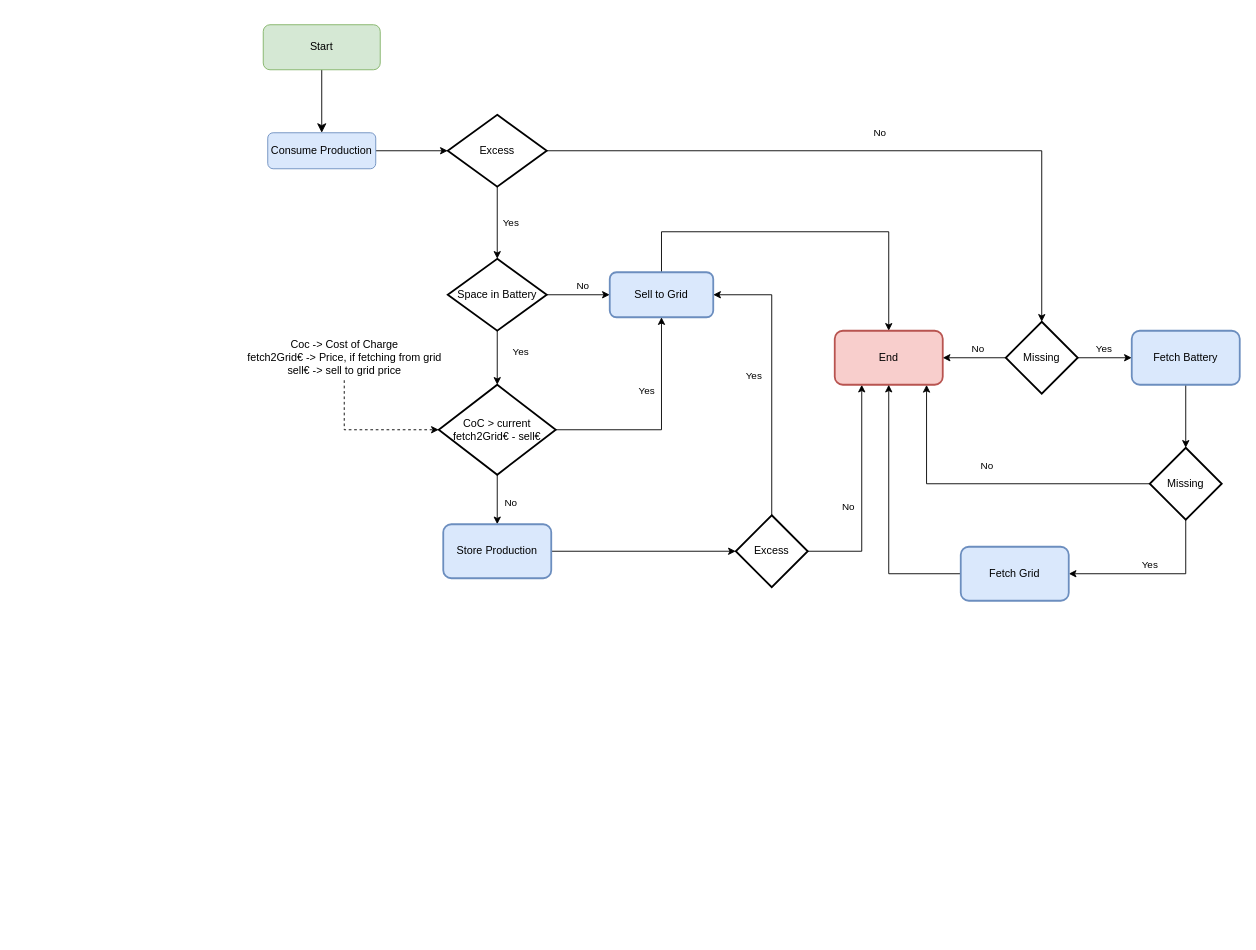
Earlier version of the draw.io diagram images/algorithm.drawio (miguelmatos-ua/sistema_gestao_rec). Source tidied: cells renumbered, new cells numbered last; positions are measured from the earlier drawing's top-left corner, leaving out a move shared by most shapes. Both pictures are drawn from the tidied source at 90%, with x=0, y=0 at pixel (240, 24).
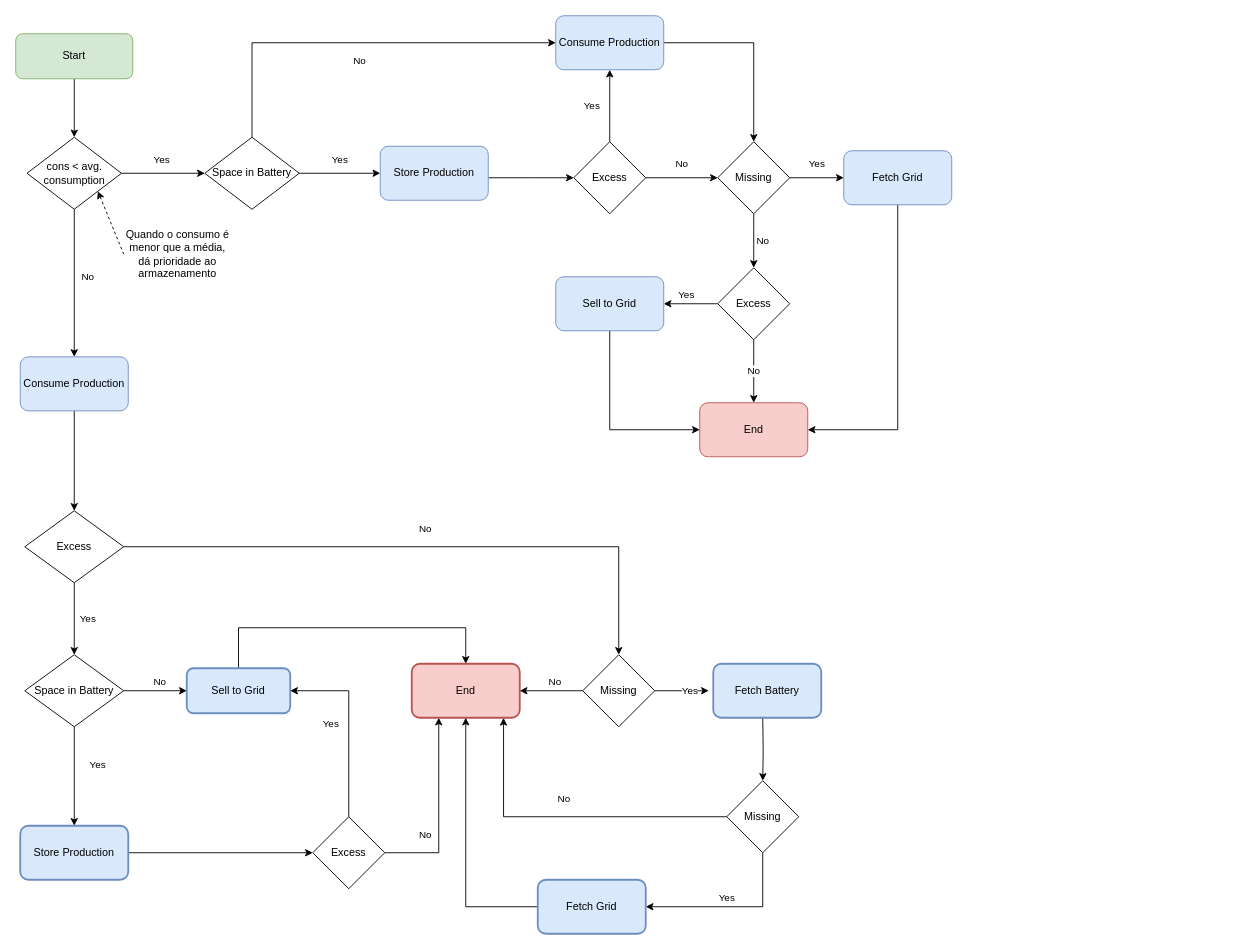
The same page after the edit.

The edit, as a diff of the source:
```diff
@@
-    <mxCell id="2" style="rounded=0;html=1;jettySize=auto;fontSize=11;endArrow=classic;endFill=1;endSize=8;strokeWidth=1;shadow=0;labelBackgroundColor=none;edgeStyle=orthogonalEdgeStyle;entryX=0.5;entryY=0;entryDx=0;entryDy=0;" parent="1" edge="1" source="3" target="5">
-      <mxGeometry relative="1" as="geometry" />
-    </mxCell>
+    <mxCell id="37" style="edgeStyle=orthogonalEdgeStyle;rounded=0;jettySize=auto;html=1;" parent="1" edge="1" source="3" target="40">
+      <mxGeometry relative="1" as="geometry" />
+    </mxCell>
     <mxCell id="3" value="Start" style="rounded=1;whiteSpace=wrap;html=1;fontSize=12;glass=0;strokeWidth=1;shadow=0;fillColor=#d5e8d4;strokeColor=#82b366;" parent="1" vertex="1">
-      <mxGeometry x="25" width="130" height="50" as="geometry" />
+      <mxGeometry x="-250" y="10" width="130" height="50" as="geometry" />
     </mxCell>
-    <mxCell id="4" style="edgeStyle=orthogonalEdgeStyle;rounded=0;jettySize=auto;html=1;entryX=0;entryY=0.5;entryDx=0;entryDy=0;entryPerimeter=0;" parent="1" edge="1" source="5" target="8">
-      <mxGeometry relative="1" as="geometry" />
-    </mxCell>
-    <mxCell id="5" value="Consume Production" style="rounded=1;whiteSpace=wrap;html=1;fontSize=12;glass=0;strokeWidth=1;shadow=0;fillColor=#dae8fc;strokeColor=#6c8ebf;" parent="1" vertex="1">
-      <mxGeometry x="30" y="120" width="120" height="40" as="geometry" />
-    </mxCell>
+    <mxCell id="38" value="No" style="edgeStyle=orthogonalEdgeStyle;rounded=0;jettySize=auto;html=1;entryX=0.5;entryY=0;entryDx=0;entryDy=0;" parent="1" edge="1" source="40" target="55">
+      <mxGeometry x="-0.09" y="15" relative="1" as="geometry" />
+    </mxCell>
+    <mxCell id="39" value="Yes" style="edgeStyle=orthogonalEdgeStyle;rounded=0;jettySize=auto;html=1;" parent="1" edge="1" source="40" target="63">
+      <mxGeometry x="-0.08" y="15" relative="1" as="geometry">
+        <mxPoint x="1" as="offset" />
+      </mxGeometry>
+    </mxCell>
+    <mxCell id="40" value="cons &amp;lt; avg. consumption" style="rhombus;whiteSpace=wrap;html=1;rounded=0;glass=0;strokeWidth=1;shadow=0;" parent="1" vertex="1">
+      <mxGeometry x="-237.5" y="125" width="105" height="80" as="geometry" />
+    </mxCell>
+    <mxCell id="41" style="edgeStyle=orthogonalEdgeStyle;rounded=0;jettySize=auto;html=1;" parent="1" edge="1" source="42" target="45">
+      <mxGeometry relative="1" as="geometry">
+        <Array as="points">
+          <mxPoint x="325" y="170" />
+          <mxPoint x="325" y="170" />
+        </Array>
+      </mxGeometry>
+    </mxCell>
+    <mxCell id="42" value="Store Production" style="whiteSpace=wrap;html=1;rounded=1;glass=0;strokeWidth=1;shadow=0;fillColor=#dae8fc;strokeColor=#6c8ebf;" parent="1" vertex="1">
+      <mxGeometry x="155" y="135" width="120" height="60" as="geometry" />
+    </mxCell>
+    <mxCell id="43" value="Yes" style="edgeStyle=orthogonalEdgeStyle;rounded=0;jettySize=auto;html=1;" parent="1" edge="1" source="45" target="47">
+      <mxGeometry y="20" relative="1" as="geometry" />
+    </mxCell>
+    <mxCell id="44" value="No" style="edgeStyle=orthogonalEdgeStyle;rounded=0;jettySize=auto;html=1;" parent="1" edge="1" source="45" target="50">
+      <mxGeometry y="15" relative="1" as="geometry" />
+    </mxCell>
+    <mxCell id="45" value="Excess" style="rhombus;whiteSpace=wrap;html=1;rounded=0;glass=0;strokeWidth=1;shadow=0;" parent="1" vertex="1">
+      <mxGeometry x="370" y="130" width="80" height="80" as="geometry" />
+    </mxCell>
+    <mxCell id="46" style="edgeStyle=orthogonalEdgeStyle;rounded=0;jettySize=auto;html=1;entryX=0.5;entryY=0;entryDx=0;entryDy=0;" parent="1" edge="1" source="47" target="50">
+      <mxGeometry relative="1" as="geometry" />
+    </mxCell>
+    <mxCell id="47" value="Consume Production" style="whiteSpace=wrap;html=1;rounded=1;glass=0;strokeWidth=1;shadow=0;fillColor=#dae8fc;strokeColor=#6c8ebf;" parent="1" vertex="1">
+      <mxGeometry x="350" y="-10" width="120" height="60" as="geometry" />
+    </mxCell>
+    <mxCell id="48" value="No" style="edgeStyle=orthogonalEdgeStyle;rounded=0;jettySize=auto;html=1;entryX=0.5;entryY=0;entryDx=0;entryDy=0;" parent="1" edge="1" source="50" target="58">
+      <mxGeometry y="10" relative="1" as="geometry">
+        <Array as="points">
+          <mxPoint x="570" y="230" />
+          <mxPoint x="570" y="230" />
+        </Array>
+      </mxGeometry>
+    </mxCell>
+    <mxCell id="49" value="Yes" style="edgeStyle=orthogonalEdgeStyle;rounded=0;jettySize=auto;html=1;" parent="1" edge="1" source="50" target="53">
+      <mxGeometry y="15" relative="1" as="geometry" />
+    </mxCell>
+    <mxCell id="50" value="Missing" style="rhombus;whiteSpace=wrap;html=1;rounded=0;glass=0;strokeWidth=1;shadow=0;" parent="1" vertex="1">
+      <mxGeometry x="530" y="130" width="80" height="80" as="geometry" />
+    </mxCell>
+    <mxCell id="51" value="End" style="whiteSpace=wrap;html=1;rounded=1;glass=0;strokeWidth=1;shadow=0;fillColor=#f8cecc;strokeColor=#b85450;" parent="1" vertex="1">
+      <mxGeometry x="510" y="420" width="120" height="60" as="geometry" />
+    </mxCell>
+    <mxCell id="52" style="edgeStyle=orthogonalEdgeStyle;rounded=0;jettySize=auto;html=1;entryX=1;entryY=0.5;entryDx=0;entryDy=0;" parent="1" edge="1" source="53" target="51">
+      <mxGeometry relative="1" as="geometry">
+        <Array as="points">
+          <mxPoint x="730" y="450" />
+        </Array>
+      </mxGeometry>
+    </mxCell>
+    <mxCell id="53" value="Fetch Grid" style="whiteSpace=wrap;html=1;rounded=1;glass=0;strokeWidth=1;shadow=0;fillColor=#dae8fc;strokeColor=#6c8ebf;" parent="1" vertex="1">
+      <mxGeometry x="670" y="140" width="120" height="60" as="geometry" />
+    </mxCell>
+    <mxCell id="54" style="edgeStyle=orthogonalEdgeStyle;rounded=0;jettySize=auto;html=1;entryX=0.5;entryY=0;entryDx=0;entryDy=0;entryPerimeter=0;" parent="1" edge="1" source="55" target="64">
+      <mxGeometry relative="1" as="geometry" />
+    </mxCell>
+    <mxCell id="55" value="Consume Production" style="whiteSpace=wrap;html=1;rounded=1;glass=0;strokeWidth=1;shadow=0;fillColor=#dae8fc;strokeColor=#6c8ebf;" parent="1" vertex="1">
+      <mxGeometry x="-245" y="369" width="120" height="60" as="geometry" />
+    </mxCell>
+    <mxCell id="56" value="No" style="edgeStyle=orthogonalEdgeStyle;rounded=0;jettySize=auto;html=1;" parent="1" edge="1" source="58" target="51">
+      <mxGeometry relative="1" as="geometry" />
+    </mxCell>
+    <mxCell id="57" value="Yes" style="edgeStyle=orthogonalEdgeStyle;rounded=0;jettySize=auto;html=1;" parent="1" edge="1" source="58" target="60">
+      <mxGeometry x="0.17" y="-10" relative="1" as="geometry" />
+    </mxCell>
+    <mxCell id="58" value="Excess" style="rhombus;whiteSpace=wrap;html=1;rounded=0;glass=0;strokeWidth=1;shadow=0;" parent="1" vertex="1">
+      <mxGeometry x="530" y="270" width="80" height="80" as="geometry" />
+    </mxCell>
+    <mxCell id="59" style="edgeStyle=orthogonalEdgeStyle;rounded=0;jettySize=auto;html=1;entryX=0;entryY=0.5;entryDx=0;entryDy=0;" parent="1" edge="1" source="60" target="51">
+      <mxGeometry relative="1" as="geometry">
+        <Array as="points">
+          <mxPoint x="410" y="450" />
+        </Array>
+      </mxGeometry>
+    </mxCell>
+    <mxCell id="60" value="Sell to Grid" style="whiteSpace=wrap;html=1;rounded=1;glass=0;strokeWidth=1;shadow=0;fillColor=#dae8fc;strokeColor=#6c8ebf;" parent="1" vertex="1">
+      <mxGeometry x="350" y="280" width="120" height="60" as="geometry" />
+    </mxCell>
+    <mxCell id="61" value="Yes" style="edgeStyle=orthogonalEdgeStyle;rounded=0;jettySize=auto;html=1;entryX=0;entryY=0.5;entryDx=0;entryDy=0;" parent="1" edge="1" source="63" target="42">
+      <mxGeometry y="15" relative="1" as="geometry" />
+    </mxCell>
+    <mxCell id="62" value="No" style="edgeStyle=orthogonalEdgeStyle;rounded=0;jettySize=auto;html=1;entryX=0;entryY=0.5;entryDx=0;entryDy=0;" parent="1" edge="1" source="63" target="47">
+      <mxGeometry x="0.01" y="-20" relative="1" as="geometry">
+        <Array as="points">
+          <mxPoint x="13" y="20" />
+        </Array>
+        <mxPoint x="1" as="offset" />
+      </mxGeometry>
+    </mxCell>
+    <mxCell id="63" value="Space in Battery" style="rhombus;whiteSpace=wrap;html=1;rounded=0;glass=0;strokeWidth=1;shadow=0;" parent="1" vertex="1">
+      <mxGeometry x="-40" y="125" width="105" height="80" as="geometry" />
+    </mxCell>
-    <mxCell id="6" value="Yes" style="edgeStyle=orthogonalEdgeStyle;rounded=0;jettySize=auto;html=1;entryX=0.5;entryY=0;entryDx=0;entryDy=0;entryPerimeter=0;" parent="1" edge="1" source="8" target="12">
+    <mxCell id="6" value="Yes" style="edgeStyle=orthogonalEdgeStyle;rounded=0;jettySize=auto;html=1;entryX=0.5;entryY=0;entryDx=0;entryDy=0;entryPerimeter=0;" parent="1" edge="1" source="64" target="68">
       <mxGeometry y="15" relative="1" as="geometry" />
     </mxCell>
-    <mxCell id="7" value="No" style="edgeStyle=orthogonalEdgeStyle;rounded=0;sketch=0;jettySize=auto;html=1;endArrow=classic;endFill=1;" parent="1" edge="1" source="8" target="27">
+    <mxCell id="7" value="No" style="edgeStyle=orthogonalEdgeStyle;rounded=0;sketch=0;jettySize=auto;html=1;endArrow=classic;endFill=1;" parent="1" edge="1" source="64" target="72">
       <mxGeometry y="20" relative="1" as="geometry" />
     </mxCell>
-    <mxCell id="8" value="Excess" style="strokeWidth=2;html=1;shape=mxgraph.flowchart.decision;whiteSpace=wrap;" parent="1" vertex="1">
-      <mxGeometry x="230" y="100" width="110" height="80" as="geometry" />
-    </mxCell>
-    <mxCell id="9" value="No" style="edgeStyle=orthogonalEdgeStyle;rounded=0;jettySize=auto;html=1;" parent="1" edge="1" source="12" target="14">
-      <mxGeometry x="0.14" y="10" relative="1" as="geometry" />
-    </mxCell>
-    <mxCell id="10" style="edgeStyle=orthogonalEdgeStyle;rounded=0;jettySize=auto;html=1;entryX=0.5;entryY=0;entryDx=0;entryDy=0;entryPerimeter=0;" parent="1" edge="1" source="12" target="20">
-      <mxGeometry relative="1" as="geometry" />
-    </mxCell>
-    <mxCell id="11" value="Yes" style="edgeLabel;html=1;align=center;verticalAlign=middle;" parent="10" vertex="1">
-      <mxGeometry x="-0.26" relative="1" as="geometry">
-        <mxPoint x="25" as="offset" />
-      </mxGeometry>
-    </mxCell>
-    <mxCell id="12" value="Space in Battery" style="strokeWidth=2;html=1;shape=mxgraph.flowchart.decision;whiteSpace=wrap;" parent="1" vertex="1">
-      <mxGeometry x="230" y="260" width="110" height="80" as="geometry" />
-    </mxCell>
+    <mxCell id="64" value="Excess" style="strokeWidth=1;html=1;shape=mxgraph.flowchart.decision;whiteSpace=wrap;strokeColor=default;fillColor=default;gradientColor=none;" parent="1" vertex="1">
+      <mxGeometry x="-240" y="540" width="110" height="80" as="geometry" />
+    </mxCell>
+    <mxCell id="65" value="No" style="edgeStyle=orthogonalEdgeStyle;rounded=0;jettySize=auto;html=1;" parent="1" edge="1" source="68" target="14">
+      <mxGeometry x="0.14" y="10" relative="1" as="geometry" />
+    </mxCell>
+    <mxCell id="66" style="edgeStyle=orthogonalEdgeStyle;rounded=0;jettySize=auto;html=1;entryX=0.5;entryY=0;entryDx=0;entryDy=0;" parent="1" edge="1" source="68" target="19">
+      <mxGeometry relative="1" as="geometry" />
+    </mxCell>
+    <mxCell id="67" value="Yes" style="edgeLabel;html=1;align=center;verticalAlign=middle;" parent="66" vertex="1">
+      <mxGeometry x="-0.26" relative="1" as="geometry">
+        <mxPoint x="25" as="offset" />
+      </mxGeometry>
+    </mxCell>
+    <mxCell id="68" value="Space in Battery" style="strokeWidth=1;html=1;shape=mxgraph.flowchart.decision;whiteSpace=wrap;" parent="1" vertex="1">
+      <mxGeometry x="-240" y="700" width="110" height="80" as="geometry" />
+    </mxCell>
     <mxCell id="13" style="edgeStyle=orthogonalEdgeStyle;rounded=0;sketch=0;jettySize=auto;html=1;entryX=0.5;entryY=0;entryDx=0;entryDy=0;" parent="1" edge="1" source="14" target="24">
       <mxGeometry relative="1" as="geometry">
         <Array as="points">
-          <mxPoint x="467" y="230" />
-          <mxPoint x="720" y="230" />
+          <mxPoint x="-3" y="670" />
+          <mxPoint x="250" y="670" />
         </Array>
       </mxGeometry>
     </mxCell>
     <mxCell id="14" value="Sell to Grid" style="whiteSpace=wrap;html=1;strokeWidth=2;rounded=1;fillColor=#dae8fc;strokeColor=#6c8ebf;" parent="1" vertex="1">
-      <mxGeometry x="410" y="275" width="115" height="50" as="geometry" />
+      <mxGeometry x="-60" y="715" width="115" height="50" as="geometry" />
     </mxCell>
-    <mxCell id="15" style="edgeStyle=orthogonalEdgeStyle;rounded=0;jettySize=auto;html=1;entryX=0.5;entryY=1;entryDx=0;entryDy=0;exitX=1;exitY=0.5;exitDx=0;exitDy=0;exitPerimeter=0;" parent="1" edge="1" source="20" target="14">
-      <mxGeometry relative="1" as="geometry" />
-    </mxCell>
-    <mxCell id="16" value="Yes" style="edgeLabel;html=1;align=center;verticalAlign=middle;" parent="15" vertex="1">
-      <mxGeometry x="0.23" y="-3" relative="1" as="geometry">
-        <mxPoint x="-20" y="-12" as="offset" />
-      </mxGeometry>
-    </mxCell>
-    <mxCell id="17" value="No" style="edgeStyle=orthogonalEdgeStyle;rounded=0;jettySize=auto;html=1;exitX=0.5;exitY=1;exitDx=0;exitDy=0;exitPerimeter=0;" parent="1" edge="1" source="20" target="19">
-      <mxGeometry x="0.09" y="15" relative="1" as="geometry">
-        <mxPoint y="1" as="offset" />
-      </mxGeometry>
-    </mxCell>
-    <mxCell id="18" style="edgeStyle=orthogonalEdgeStyle;rounded=0;jettySize=auto;html=1;" parent="1" edge="1" source="19" target="23">
-      <mxGeometry relative="1" as="geometry" />
-    </mxCell>
+    <mxCell id="69" style="edgeStyle=orthogonalEdgeStyle;rounded=0;jettySize=auto;html=1;" parent="1" edge="1" source="19" target="70">
+      <mxGeometry relative="1" as="geometry" />
+    </mxCell>
     <mxCell id="19" value="Store Production" style="whiteSpace=wrap;html=1;strokeWidth=2;rounded=1;fillColor=#dae8fc;strokeColor=#6c8ebf;" parent="1" vertex="1">
-      <mxGeometry x="225" y="555" width="120" height="60" as="geometry" />
+      <mxGeometry x="-245" y="890" width="120" height="60" as="geometry" />
     </mxCell>
-    <mxCell id="20" value="CoC &amp;gt; current fetch2Grid€ - sell€" style="strokeWidth=2;html=1;shape=mxgraph.flowchart.decision;whiteSpace=wrap;rounded=1;gradientColor=none;" parent="1" vertex="1">
-      <mxGeometry x="220" y="400" width="130" height="100" as="geometry" />
-    </mxCell>
-    <mxCell id="21" value="Yes" style="edgeStyle=orthogonalEdgeStyle;rounded=0;sketch=0;jettySize=auto;html=1;entryX=1;entryY=0.5;entryDx=0;entryDy=0;exitX=0.5;exitY=0;exitDx=0;exitDy=0;" parent="1" edge="1" source="23" target="14">
+    <mxCell id="21" value="Yes" style="edgeStyle=orthogonalEdgeStyle;rounded=0;sketch=0;jettySize=auto;html=1;entryX=1;entryY=0.5;entryDx=0;entryDy=0;exitX=0.5;exitY=0;exitDx=0;exitDy=0;" parent="1" edge="1" source="70" target="14">
       <mxGeometry y="20" relative="1" as="geometry">
         <Array as="points">
-          <mxPoint x="590" y="300" />
+          <mxPoint x="120" y="740" />
         </Array>
       </mxGeometry>
     </mxCell>
-    <mxCell id="22" value="No" style="edgeStyle=orthogonalEdgeStyle;rounded=0;sketch=0;jettySize=auto;html=1;" parent="1" edge="1" source="23" target="24">
-      <mxGeometry x="-0.11" y="15" relative="1" as="geometry">
+    <mxCell id="22" value="No" style="edgeStyle=orthogonalEdgeStyle;rounded=0;sketch=0;jettySize=auto;html=1;" parent="1" edge="1" source="70" target="24">
+      <mxGeometry x="-0.57" y="20" relative="1" as="geometry">
         <Array as="points">
-          <mxPoint x="690" y="585" />
+          <mxPoint x="220" y="920" />
         </Array>
       </mxGeometry>
     </mxCell>
-    <mxCell id="23" value="Excess" style="rhombus;whiteSpace=wrap;html=1;strokeWidth=2;rounded=0;" parent="1" vertex="1">
-      <mxGeometry x="550" y="545" width="80" height="80" as="geometry" />
-    </mxCell>
+    <mxCell id="70" value="Excess" style="rhombus;whiteSpace=wrap;html=1;strokeWidth=1;rounded=0;" parent="1" vertex="1">
+      <mxGeometry x="80" y="880" width="80" height="80" as="geometry" />
+    </mxCell>
     <mxCell id="24" value="End" style="whiteSpace=wrap;html=1;strokeWidth=2;rounded=1;fillColor=#f8cecc;strokeColor=#b85450;" parent="1" vertex="1">
-      <mxGeometry x="660" y="340" width="120" height="60" as="geometry" />
+      <mxGeometry x="190" y="710" width="120" height="60" as="geometry" />
     </mxCell>
-    <mxCell id="25" value="No" style="edgeStyle=orthogonalEdgeStyle;rounded=0;sketch=0;jettySize=auto;html=1;entryX=1;entryY=0.5;entryDx=0;entryDy=0;endArrow=classic;endFill=1;" parent="1" edge="1" source="27" target="24">
+    <mxCell id="25" value="No" style="edgeStyle=orthogonalEdgeStyle;rounded=0;sketch=0;jettySize=auto;html=1;entryX=1;entryY=0.5;entryDx=0;entryDy=0;endArrow=classic;endFill=1;" parent="1" edge="1" source="72" target="24">
       <mxGeometry x="-0.14" y="-10" relative="1" as="geometry">
         <mxPoint x="-1" as="offset" />
       </mxGeometry>
     </mxCell>
-    <mxCell id="26" value="Yes" style="edgeStyle=orthogonalEdgeStyle;rounded=0;sketch=0;jettySize=auto;html=1;endArrow=classic;endFill=1;" parent="1" edge="1" source="27" target="29">
-      <mxGeometry y="10" relative="1" as="geometry">
-        <mxPoint x="-1" as="offset" />
-      </mxGeometry>
-    </mxCell>
-    <mxCell id="27" value="Missing" style="rhombus;whiteSpace=wrap;html=1;strokeWidth=2;" parent="1" vertex="1">
-      <mxGeometry x="850" y="330" width="80" height="80" as="geometry" />
-    </mxCell>
-    <mxCell id="28" style="edgeStyle=orthogonalEdgeStyle;rounded=0;sketch=0;jettySize=auto;html=1;endArrow=classic;endFill=1;" parent="1" edge="1" source="29" target="32">
-      <mxGeometry relative="1" as="geometry" />
-    </mxCell>
+    <mxCell id="71" value="Yes" style="edgeStyle=orthogonalEdgeStyle;rounded=0;sketch=0;jettySize=auto;html=1;endArrow=classic;endFill=1;" parent="1" edge="1" source="72">
+      <mxGeometry y="10" relative="1" as="geometry">
+        <mxPoint x="520" y="740" as="targetPoint" />
+        <mxPoint x="-1" as="offset" />
+      </mxGeometry>
+    </mxCell>
+    <mxCell id="72" value="Missing" style="rhombus;whiteSpace=wrap;html=1;strokeWidth=1;" parent="1" vertex="1">
+      <mxGeometry x="380" y="700" width="80" height="80" as="geometry" />
+    </mxCell>
+    <mxCell id="73" style="edgeStyle=orthogonalEdgeStyle;rounded=0;sketch=0;jettySize=auto;html=1;endArrow=classic;endFill=1;" parent="1" edge="1" target="75">
+      <mxGeometry relative="1" as="geometry">
+        <mxPoint x="580" y="770" as="sourcePoint" />
+      </mxGeometry>
+    </mxCell>
     <mxCell id="29" value="Fetch Battery" style="whiteSpace=wrap;html=1;strokeWidth=2;rounded=1;fillColor=#dae8fc;strokeColor=#6c8ebf;" parent="1" vertex="1">
-      <mxGeometry x="990" y="340" width="120" height="60" as="geometry" />
+      <mxGeometry x="525" y="710" width="120" height="60" as="geometry" />
     </mxCell>
-    <mxCell id="30" value="No" style="edgeStyle=orthogonalEdgeStyle;rounded=0;sketch=0;jettySize=auto;html=1;entryX=0.85;entryY=1.003;entryDx=0;entryDy=0;entryPerimeter=0;endArrow=classic;endFill=1;" parent="1" edge="1" source="32" target="24">
+    <mxCell id="30" value="No" style="edgeStyle=orthogonalEdgeStyle;rounded=0;sketch=0;jettySize=auto;html=1;entryX=0.85;entryY=1.003;entryDx=0;entryDy=0;entryPerimeter=0;endArrow=classic;endFill=1;" parent="1" edge="1" source="75" target="24">
       <mxGeometry x="0.01" y="-20" relative="1" as="geometry" />
     </mxCell>
-    <mxCell id="31" value="Yes" style="edgeStyle=orthogonalEdgeStyle;rounded=0;sketch=0;jettySize=auto;html=1;endArrow=classic;endFill=1;" parent="1" edge="1" source="32" target="34">
-      <mxGeometry x="0.05" y="-10" relative="1" as="geometry">
-        <Array as="points">
-          <mxPoint x="1050" y="610" />
-        </Array>
-      </mxGeometry>
-    </mxCell>
-    <mxCell id="32" value="Missing" style="rhombus;whiteSpace=wrap;html=1;strokeWidth=2;" parent="1" vertex="1">
-      <mxGeometry x="1010" y="470" width="80" height="80" as="geometry" />
-    </mxCell>
+    <mxCell id="74" value="Yes" style="edgeStyle=orthogonalEdgeStyle;rounded=0;sketch=0;jettySize=auto;html=1;endArrow=classic;endFill=1;" parent="1" edge="1" source="75" target="34">
+      <mxGeometry x="0.05" y="-10" relative="1" as="geometry">
+        <Array as="points">
+          <mxPoint x="580" y="980" />
+        </Array>
+      </mxGeometry>
+    </mxCell>
+    <mxCell id="75" value="Missing" style="rhombus;whiteSpace=wrap;html=1;strokeWidth=1;" parent="1" vertex="1">
+      <mxGeometry x="540" y="840" width="80" height="80" as="geometry" />
+    </mxCell>
@@
     <mxCell id="34" value="Fetch Grid" style="whiteSpace=wrap;html=1;strokeWidth=2;rounded=1;fillColor=#dae8fc;strokeColor=#6c8ebf;" parent="1" vertex="1">
-      <mxGeometry x="800" y="580" width="120" height="60" as="geometry" />
+      <mxGeometry x="330" y="950" width="120" height="60" as="geometry" />
     </mxCell>
-    <mxCell id="35" style="edgeStyle=orthogonalEdgeStyle;rounded=0;sketch=0;jettySize=auto;html=1;entryX=0;entryY=0.5;entryDx=0;entryDy=0;entryPerimeter=0;endArrow=classic;endFill=1;dashed=1;" parent="1" edge="1" source="36" target="20">
-      <mxGeometry relative="1" as="geometry" />
-    </mxCell>
-    <mxCell id="36" value="&lt;div&gt;Coc -&amp;gt; Cost of Charge&lt;/div&gt;&lt;div&gt;fetch2Grid€ -&amp;gt; Price, if fetching from grid&lt;/div&gt;&lt;div&gt;sell€ -&amp;gt; sell to grid price&lt;br&gt;&lt;/div&gt;" style="text;html=1;align=center;verticalAlign=middle;points=[];strokeColor=none;fillColor=none;" parent="1" vertex="1">
-      <mxGeometry y="345" width="230" height="50" as="geometry" />
-    </mxCell>
+    <mxCell id="76" style="rounded=0;jettySize=auto;html=1;entryX=1;entryY=1;entryDx=0;entryDy=0;dashed=1;exitX=0;exitY=0.5;exitDx=0;exitDy=0;" parent="1" edge="1" source="77" target="40">
+      <mxGeometry relative="1" as="geometry" />
+    </mxCell>
+    <mxCell id="77" value="Quando o consumo é menor que a média, dá prioridade ao armazenamento" style="text;html=1;strokeColor=none;fillColor=none;align=center;verticalAlign=middle;whiteSpace=wrap;rounded=0;" parent="1" vertex="1">
+      <mxGeometry x="-130" y="210" width="120" height="90" as="geometry" />
+    </mxCell>
```
